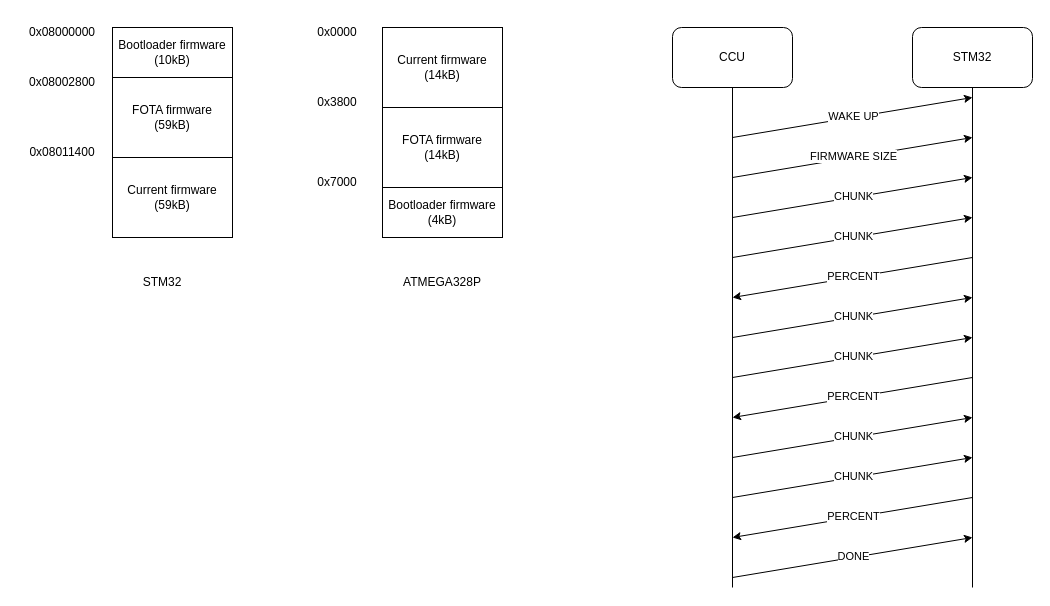
Before: page "Page-6" (6 of 8) of STM32_01.drawio in thanhtung386/web_iot_interface, a draw.io diagram. Source tidied: cells renumbered, new cells numbered last; positions are measured from the earlier drawing's top-left corner, leaving out a move shared by most shapes. Both pictures are drawn from the tidied source at 100%, with x=0, y=0 at pixel (17, 17).
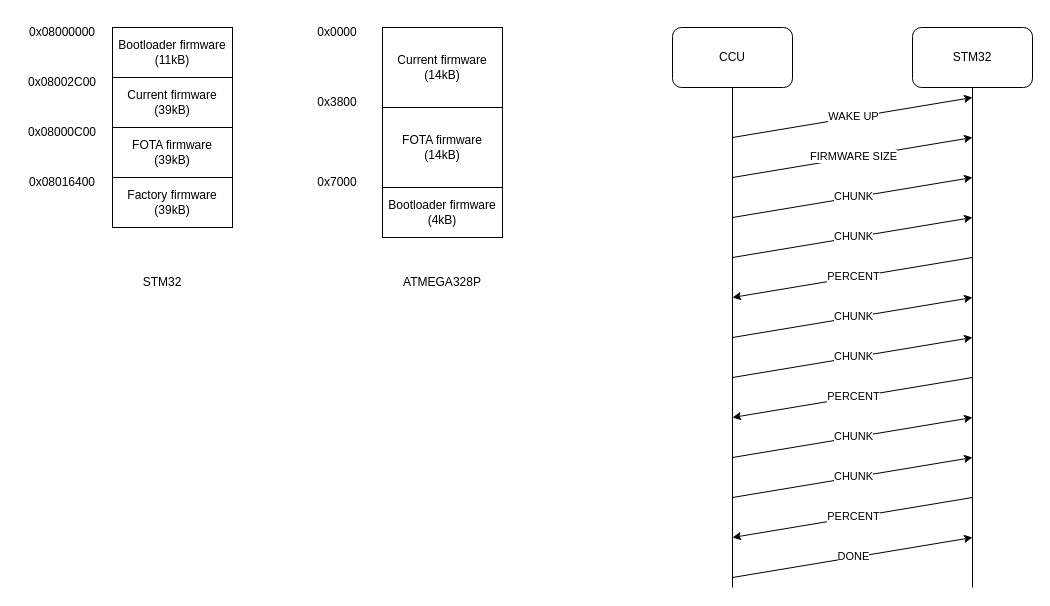
Above is the later version.

What changed in the source:
```diff
@@
-    <mxCell id="2" value="Bootloader firmware&lt;br&gt;(10kB)" style="rounded=0;whiteSpace=wrap;html=1;" parent="1" vertex="1">
+    <mxCell id="2" value="Bootloader firmware&lt;br&gt;(11kB)" style="rounded=0;whiteSpace=wrap;html=1;" parent="1" vertex="1">
       <mxGeometry x="95" y="10" width="120" height="50" as="geometry" />
     </mxCell>
-    <mxCell id="3" value="FOTA firmware&lt;br&gt;(59kB)" style="rounded=0;whiteSpace=wrap;html=1;" parent="1" vertex="1">
-      <mxGeometry x="95" y="60" width="120" height="80" as="geometry" />
+    <mxCell id="3" value="Current firmware&lt;br&gt;(39kB)" style="rounded=0;whiteSpace=wrap;html=1;" parent="1" vertex="1">
+      <mxGeometry x="95" y="60" width="120" height="50" as="geometry" />
     </mxCell>
-    <mxCell id="4" value="Current firmware&lt;br&gt;(59kB)" style="rounded=0;whiteSpace=wrap;html=1;" parent="1" vertex="1">
-      <mxGeometry x="95" y="140" width="120" height="80" as="geometry" />
+    <mxCell id="4" value="Factory firmware&lt;br&gt;(39kB)" style="rounded=0;whiteSpace=wrap;html=1;" parent="1" vertex="1">
+      <mxGeometry x="95" y="160" width="120" height="50" as="geometry" />
     </mxCell>
@@
-    <mxCell id="6" value="0x08002800" style="text;html=1;align=center;verticalAlign=middle;whiteSpace=wrap;rounded=0;" parent="1" vertex="1">
+    <mxCell id="6" value="0x08002C00" style="text;html=1;align=center;verticalAlign=middle;whiteSpace=wrap;rounded=0;" parent="1" vertex="1">
       <mxGeometry y="50" width="90" height="30" as="geometry" />
     </mxCell>
-    <mxCell id="7" value="0x08011400" style="text;html=1;align=center;verticalAlign=middle;whiteSpace=wrap;rounded=0;" parent="1" vertex="1">
-      <mxGeometry y="120" width="90" height="30" as="geometry" />
+    <mxCell id="7" value="0x08000C00" style="text;html=1;align=center;verticalAlign=middle;whiteSpace=wrap;rounded=0;" parent="1" vertex="1">
+      <mxGeometry y="100" width="90" height="30" as="geometry" />
     </mxCell>
@@
+    <mxCell id="44" value="FOTA firmware&lt;br&gt;(39kB)" style="rounded=0;whiteSpace=wrap;html=1;" parent="1" vertex="1">
+      <mxGeometry x="95" y="110" width="120" height="50" as="geometry" />
+    </mxCell>
+    <mxCell id="45" value="0x08016400" style="text;html=1;align=center;verticalAlign=middle;whiteSpace=wrap;rounded=0;" parent="1" vertex="1">
+      <mxGeometry y="150" width="90" height="30" as="geometry" />
+    </mxCell>
```
